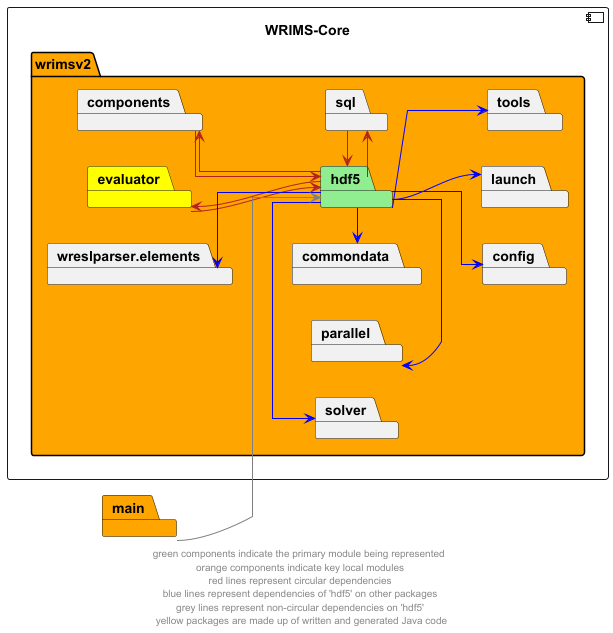
Above: docs/diagrams/wrims-core/wrims-core_hdf5.png in CentralValleyModeling/wrims-engine (PlantUML), before the change. Source of this version:
```plantuml
@startuml
left to right direction
skinparam linetype ortho

component wrims_core as "WRIMS-Core" {
    package wrimsv2 #orange {
        package hdf5 #lightgreen
        package commondata
        package components
        package config
        package evaluator #yellow
        package launch
        package parallel
        package solver
        package tools
        package wreslparser.elements
        package sql
    }
}
package main #orange

hdf5 -left->  components #firebrick
components -->  hdf5 #firebrick
hdf5 -left->  evaluator #firebrick
evaluator -->  hdf5 #firebrick
sql -left->  hdf5 #firebrick
hdf5 -right->  sql #firebrick

hdf5 -l->  commondata #blue
hdf5 -->  config #blue
hdf5 -->  launch #blue
hdf5 -l->  parallel #blue
hdf5 -l->  solver #blue
hdf5 -->  tools #blue
hdf5 -u->  wreslparser.elements #blue
main --> hdf5 #grey


footer "green components indicate the primary module being represented \n orange components indicate key local modules \n red lines represent circular dependencies \n blue lines represent dependencies of 'hdf5' on other packages \n grey lines represent non-circular dependencies on 'hdf5' \n yellow packages are made up of written and generated Java code"
@enduml
```
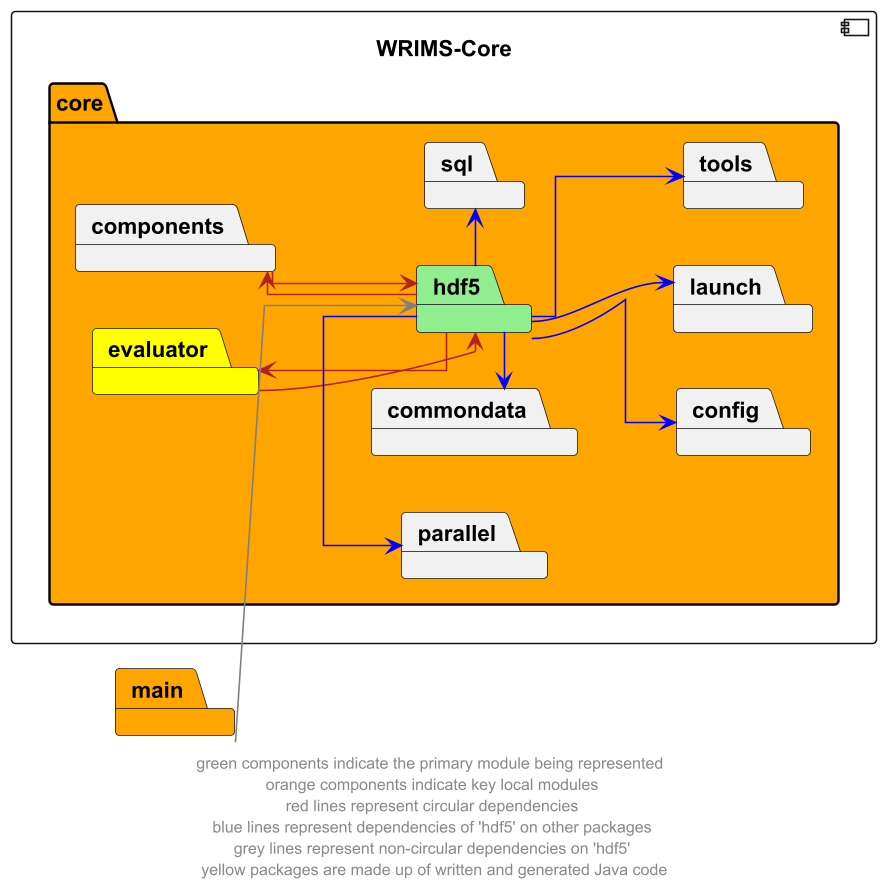
Above is the later version.

Diff of the diagram source:
```diff
@@ -3,7 +3,7 @@
 skinparam linetype ortho
 
 component wrims_core as "WRIMS-Core" {
-    package wrimsv2 #orange {
+    package core #orange {
         package hdf5 #lightgreen
         package commondata
         package components
@@ -11,9 +11,7 @@
         package evaluator #yellow
         package launch
         package parallel
-        package solver
         package tools
-        package wreslparser.elements
         package sql
     }
 }
@@ -23,16 +21,13 @@
 components -->  hdf5 #firebrick
 hdf5 -left->  evaluator #firebrick
 evaluator -->  hdf5 #firebrick
-sql -left->  hdf5 #firebrick
-hdf5 -right->  sql #firebrick
 
+hdf5 -right->  sql #blue
 hdf5 -l->  commondata #blue
 hdf5 -->  config #blue
 hdf5 -->  launch #blue
 hdf5 -l->  parallel #blue
-hdf5 -l->  solver #blue
 hdf5 -->  tools #blue
-hdf5 -u->  wreslparser.elements #blue
 main --> hdf5 #grey
 
 
```
